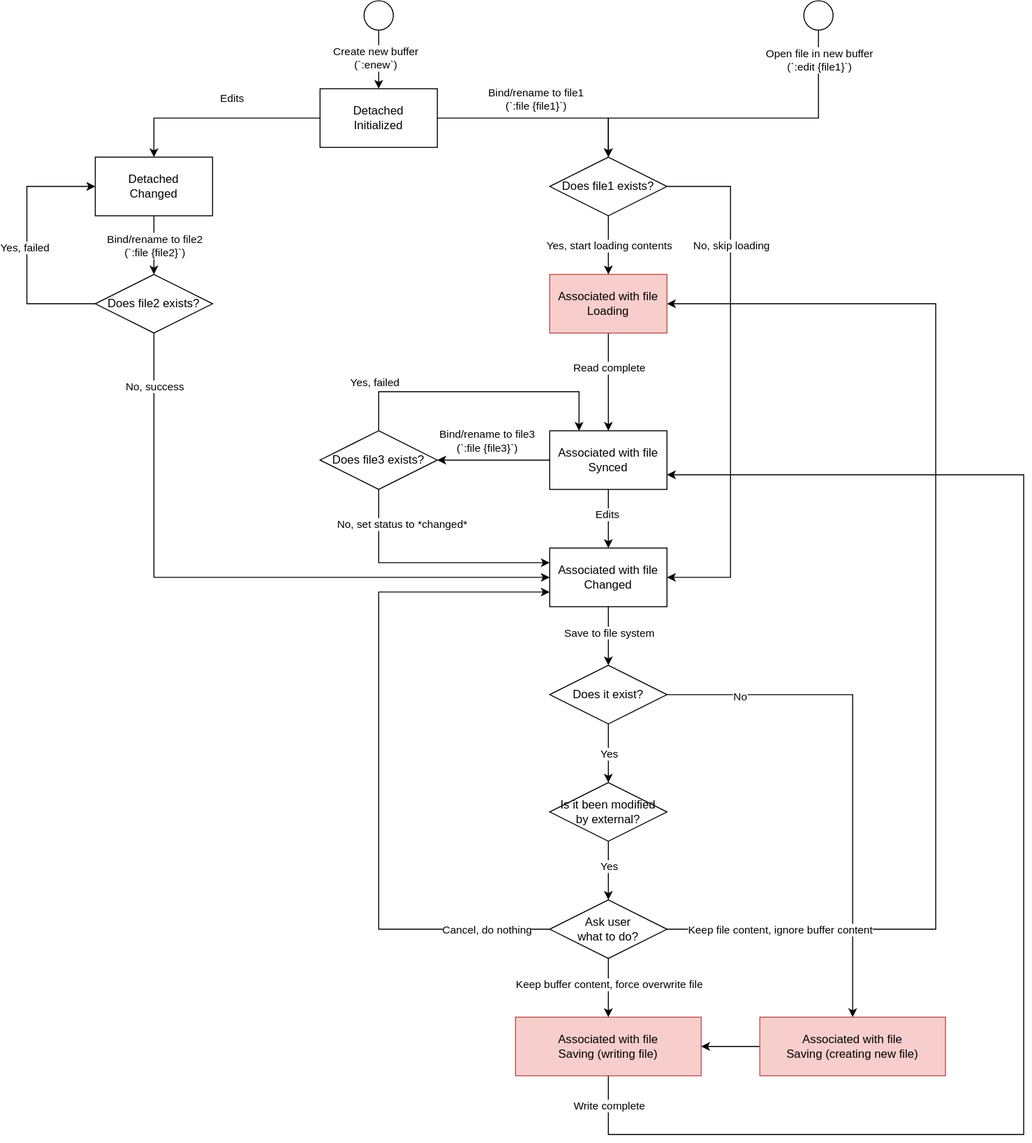
This is images/4-WindowsAndBuffers-1-FileBuffer.1.drawio.svg from rsvim/rfc, a draw.io export, as it was before one commit. Source tidied: cells renumbered, new cells last; positions are measured from the earlier drawing's top-left corner, leaving out a move shared by most shapes.
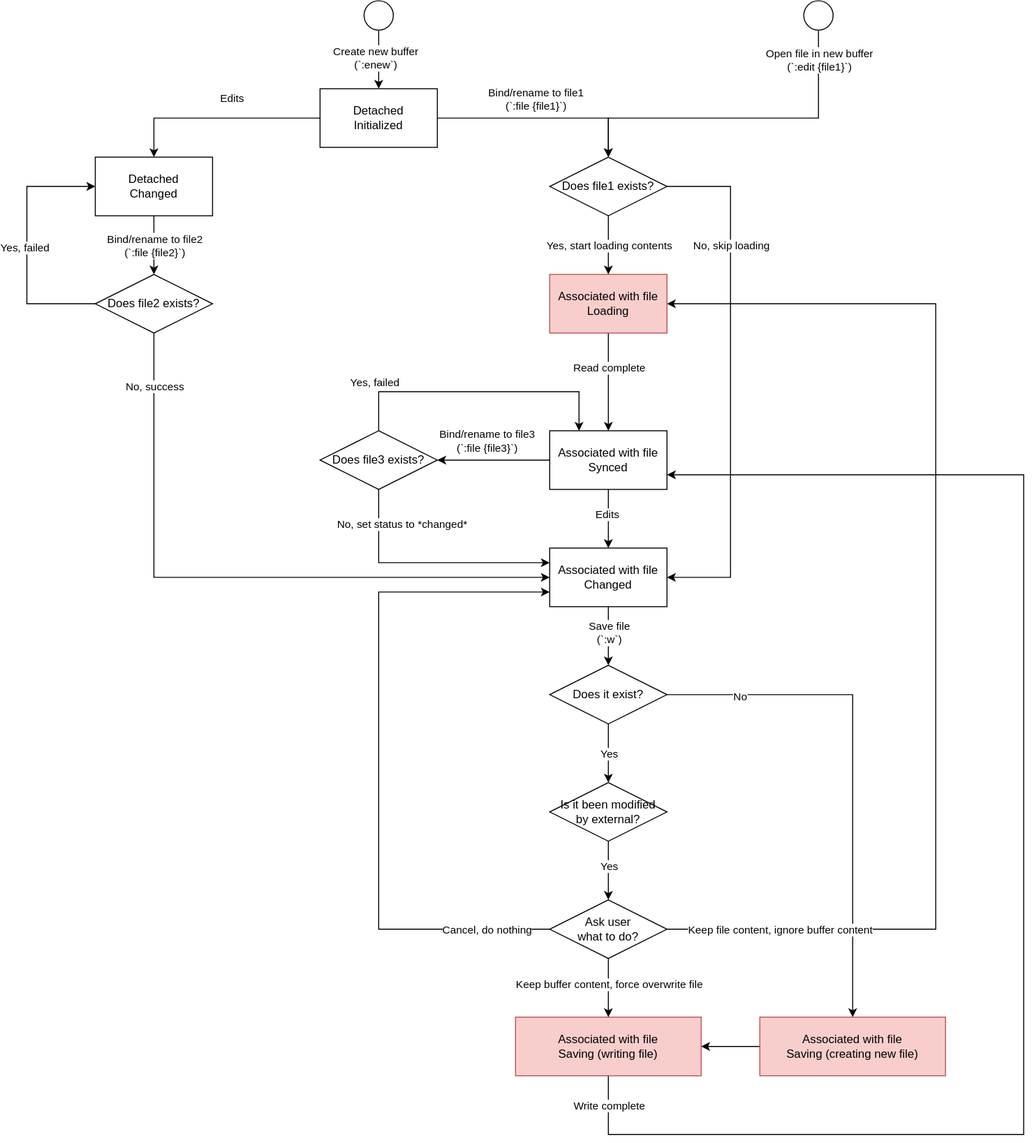
The same diagram one commit later.

What changed in the source:
```diff
@@ -156,7 +156,7 @@
     <mxCell id="36" style="edgeStyle=orthogonalEdgeStyle;rounded=0;jettySize=auto;html=1;entryX=0.5;entryY=0;entryDx=0;entryDy=0;" parent="1" edge="1" source="17" target="45">
       <mxGeometry relative="1" as="geometry" />
     </mxCell>
-    <mxCell id="37" value="Save to file system" style="edgeLabel;html=1;align=center;verticalAlign=middle;" parent="36" vertex="1">
+    <mxCell id="37" value="Save file&lt;br&gt;(`:w`)" style="edgeLabel;html=1;align=center;verticalAlign=middle;" parent="36" vertex="1">
       <mxGeometry x="-0.12" relative="1" as="geometry">
         <mxPoint y="-1" as="offset" />
       </mxGeometry>
```
